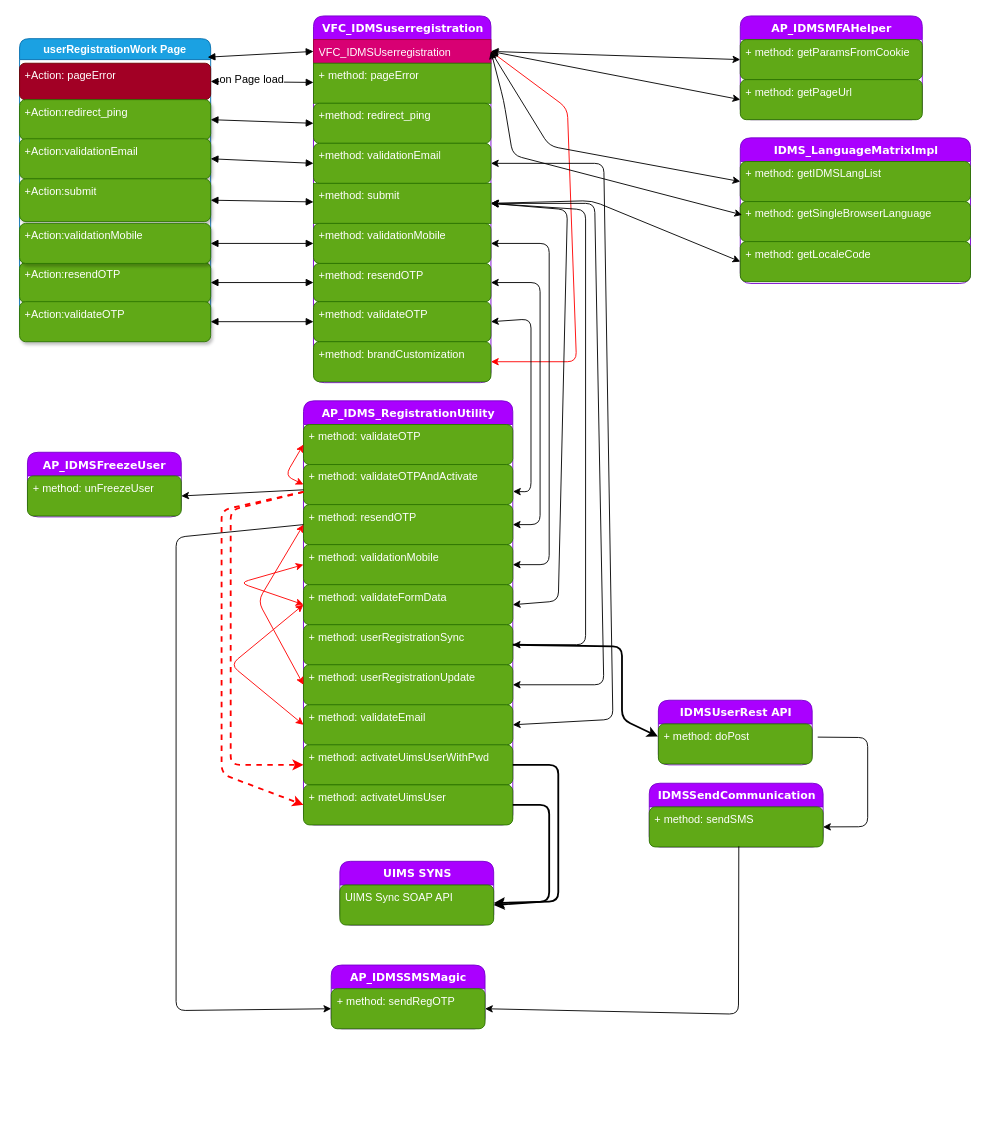
This is Registration Diagram B2B - Mobile.drawio from anoopijt/IDMS-Diagrams, a draw.io file, before an edit. Source tidied: cells renumbered, new cells numbered last; positions are measured from the earlier drawing's top-left corner, leaving out a move shared by most shapes. Both pictures are drawn from the tidied source at 91%, with x=0, y=0 at pixel (19, 15).
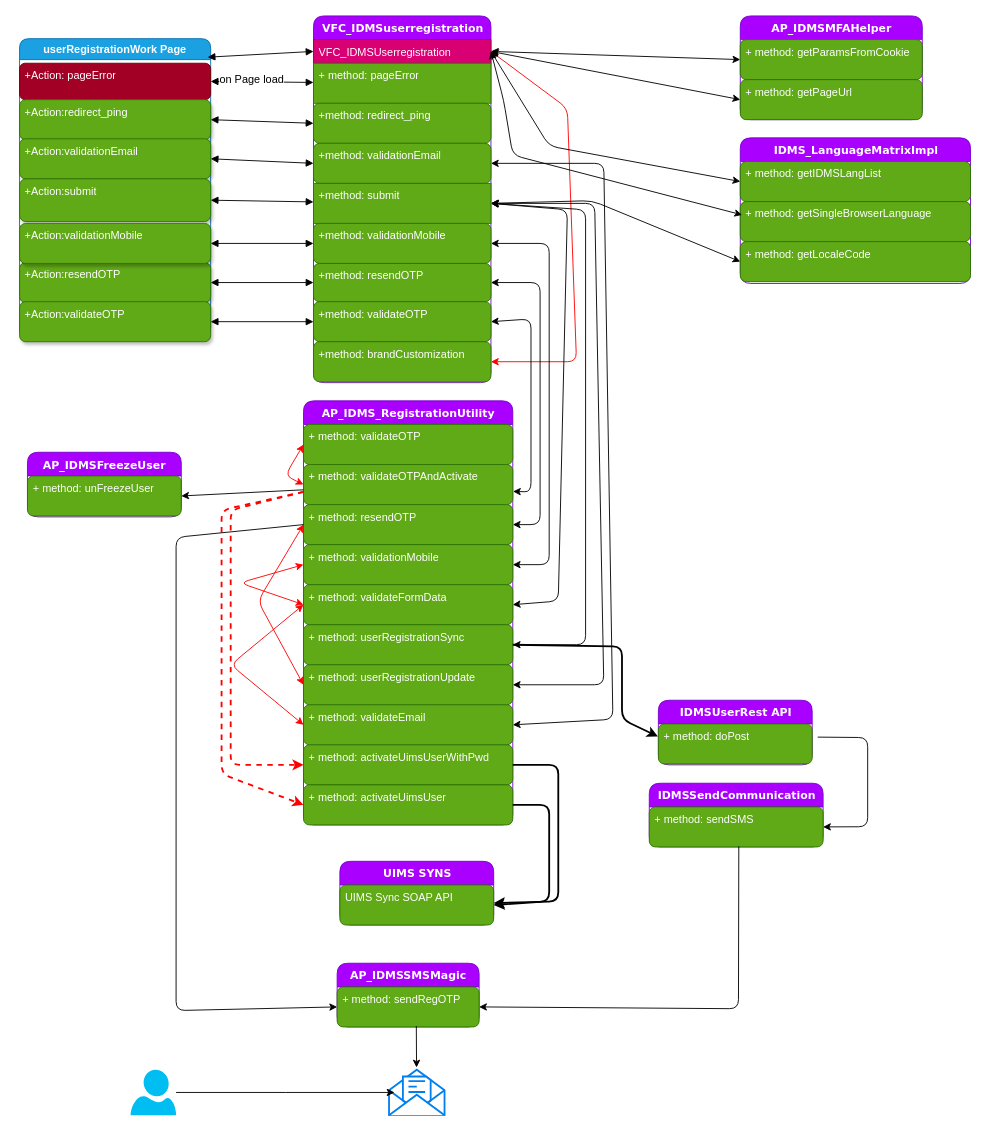
The same page after the edit.

Unchanged cells that the change refers to:
```xml
<mxCell id="60" value="+ method: sendSMS" style="text;html=1;strokeColor=#2D7600;fillColor=#60a917;align=left;verticalAlign=top;spacingLeft=4;spacingRight=4;whiteSpace=wrap;overflow=hidden;points=[[0,0.5],[1,0.5]];portConstraint=eastwest;shadow=0;comic=0;fontColor=#ffffff;rounded=1;" parent="59" vertex="1">
  <mxGeometry y="26" width="191" height="44" as="geometry" />
</mxCell>
```

The edit, as a diff of the source:
```diff
@@
     <mxCell id="80" value="AP_IDMSSMSMagic" style="swimlane;html=1;fontStyle=1;align=center;verticalAlign=top;horizontal=1;startSize=26;swimlaneFillColor=#ffffff;rounded=1;shadow=0;comic=0;labelBackgroundColor=none;strokeColor=#7700CC;strokeWidth=1;fillColor=#aa00ff;fontFamily=Verdana;fontSize=12;fontColor=#ffffff;" parent="1" vertex="1">
-      <mxGeometry x="342.5" y="1043" width="169" height="70" as="geometry" />
+      <mxGeometry x="349" y="1041" width="156" height="70" as="geometry" />
     </mxCell>
     <mxCell id="81" value="&lt;span style=&quot;white-space: normal&quot;&gt;+ method: sendRegOTP&lt;/span&gt;" style="text;html=1;strokeColor=#2D7600;fillColor=#60a917;align=left;verticalAlign=top;spacingLeft=4;spacingRight=4;whiteSpace=wrap;overflow=hidden;points=[[0,0.5],[1,0.5]];portConstraint=eastwest;shadow=0;comic=0;fontColor=#ffffff;rounded=1;" parent="80" vertex="1">
-      <mxGeometry y="26" width="169" height="44" as="geometry" />
+      <mxGeometry y="26" width="156" height="44" as="geometry" />
     </mxCell>
@@
     <mxCell id="83" style="endArrow=classic;html=1;exitX=0.515;exitY=0.984;exitDx=0;exitDy=0;entryX=1;entryY=0.5;entryDx=0;entryDy=0;strokeWidth=1;exitPerimeter=0;" parent="1" edge="1" source="60" target="81">
       <mxGeometry relative="1" as="geometry">
         <Array as="points">
-          <mxPoint x="790" y="1097" />
+          <mxPoint x="790" y="1091" />
         </Array>
       </mxGeometry>
     </mxCell>
+    <mxCell id="84" style="html=1;verticalLabelPosition=bottom;align=center;labelBackgroundColor=#ffffff;verticalAlign=top;strokeWidth=2;strokeColor=#0080F0;fillColor=#ffffff;shadow=0;dashed=0;shape=mxgraph.ios7.icons.envelope_(message);" parent="1" vertex="1">
+      <mxGeometry x="406" y="1158" width="61" height="50" as="geometry" />
+    </mxCell>
+    <mxCell id="85" style="endArrow=classic;html=1;strokeWidth=1;entryX=0.496;entryY=-0.049;entryDx=0;entryDy=0;entryPerimeter=0;" parent="1" edge="1" target="84">
+      <mxGeometry relative="1" as="geometry">
+        <mxPoint x="436" y="1110" as="sourcePoint" />
+      </mxGeometry>
+    </mxCell>
+    <mxCell id="86" style="edgeStyle=orthogonalEdgeStyle;rounded=0;jettySize=auto;html=1;" parent="1" edge="1" source="87">
+      <mxGeometry relative="1" as="geometry">
+        <mxPoint x="412" y="1183" as="targetPoint" />
+      </mxGeometry>
+    </mxCell>
+    <mxCell id="87" style="verticalLabelPosition=bottom;html=1;verticalAlign=top;align=center;strokeColor=none;fillColor=#00BEF2;shape=mxgraph.azure.user;" parent="1" vertex="1">
+      <mxGeometry x="122" y="1158" width="50" height="50" as="geometry" />
+    </mxCell>
```
